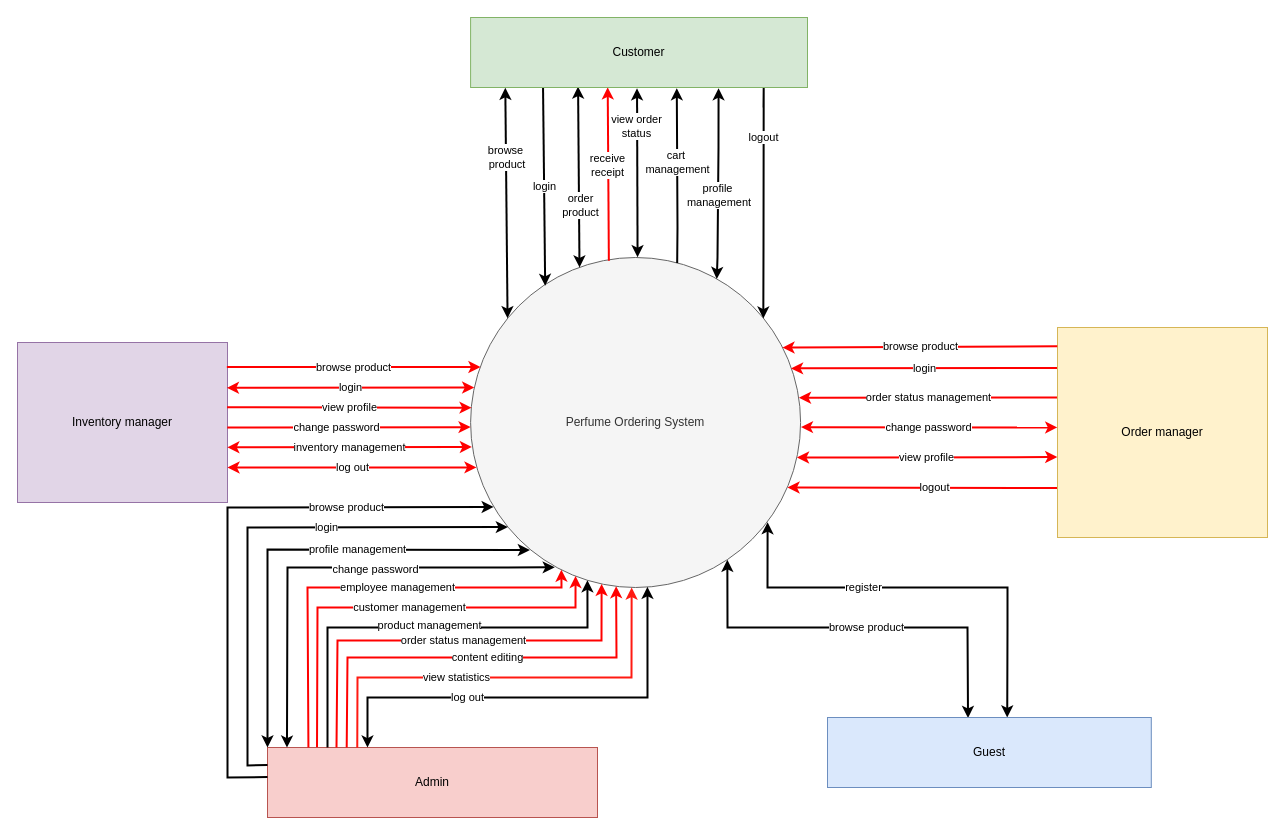
Earlier version of the draw.io diagram document/SRS/Context_Diagram_V3.drawio (QuocZuong/perfume-store). Source tidied: cells renumbered, new cells numbered last; positions are measured from the earlier drawing's top-left corner, leaving out a move shared by most shapes. Both pictures are drawn from the tidied source at 100%, with x=0, y=0 at pixel (17, 17).
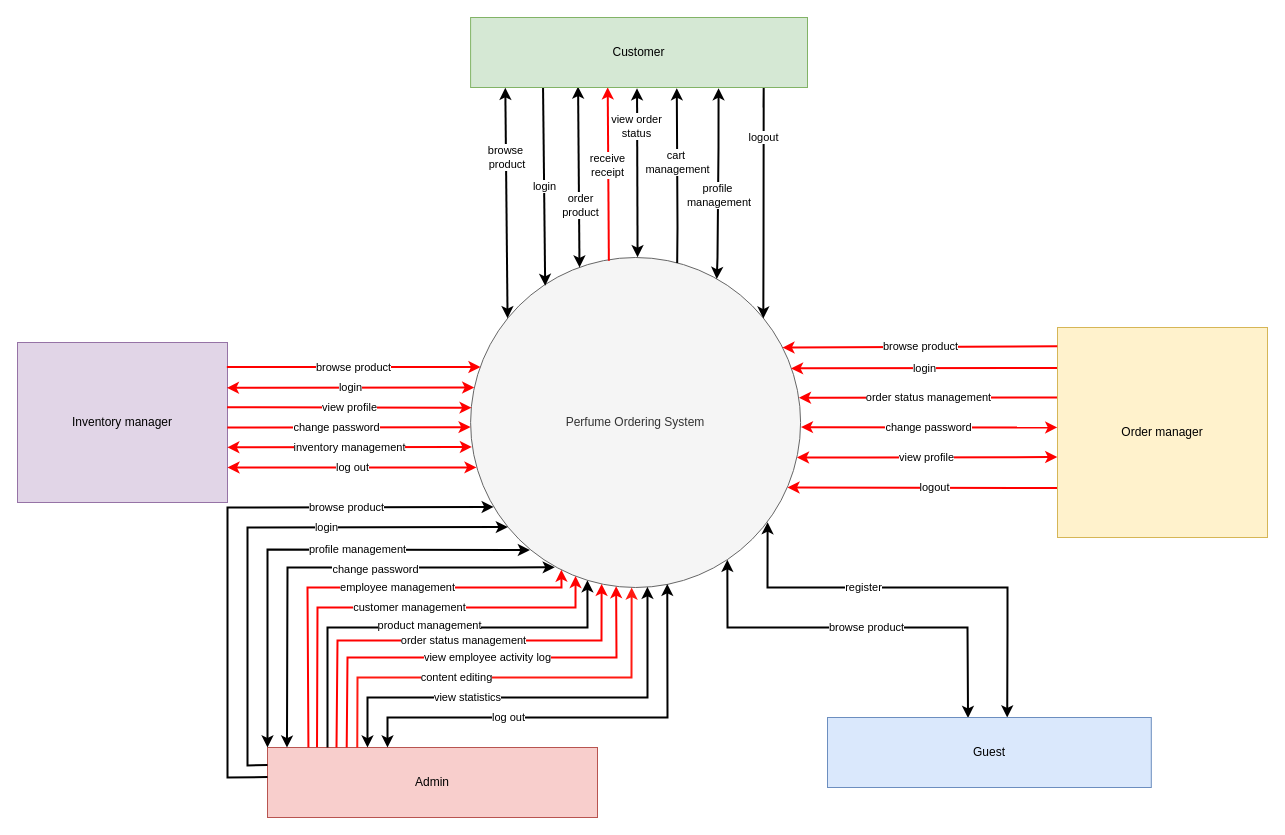
Above is the later version.

The change refers to these unchanged cells:
```xml
<mxCell id="2" value="Perfume Ordering System" style="ellipse;whiteSpace=wrap;html=1;fillColor=#f5f5f5;strokeColor=#666666;fontColor=#333333;" parent="1" vertex="1">
  <mxGeometry x="453.1" y="240" width="330" height="330" as="geometry" />
</mxCell>
<mxCell id="12" value="Admin" style="rounded=0;whiteSpace=wrap;html=1;fillColor=#f8cecc;strokeColor=#b85450;" parent="1" vertex="1">
  <mxGeometry x="250" y="730" width="330" height="70" as="geometry" />
</mxCell>
```

Change to the diagram source:
```diff
@@
-    <mxCell id="16" value="view statistics" style="endArrow=classic;html=1;rounded=0;fillColor=#FF0000;strokeColor=#FF1A12;strokeWidth=2;entryX=0.488;entryY=1;entryDx=0;entryDy=0;entryPerimeter=0;exitX=0.272;exitY=0.003;exitDx=0;exitDy=0;exitPerimeter=0;" parent="1" edge="1" source="12" target="2">
+    <mxCell id="16" value="content editing" style="endArrow=classic;html=1;rounded=0;fillColor=#FF0000;strokeColor=#FF1A12;strokeWidth=2;entryX=0.488;entryY=1;entryDx=0;entryDy=0;entryPerimeter=0;exitX=0.272;exitY=0.003;exitDx=0;exitDy=0;exitPerimeter=0;" parent="1" edge="1" source="12" target="2">
       <mxGeometry x="-0.22" relative="1" as="geometry">
         <Array as="points">
           <mxPoint x="340" y="660" />
           <mxPoint x="614" y="660" />
         </Array>
       </mxGeometry>
     </mxCell>
-    <mxCell id="17" value="log out" style="endArrow=classic;startArrow=classic;html=1;rounded=0;strokeColor=#000000;strokeWidth=2;fillColor=#FFFF00;entryX=0.536;entryY=0.998;entryDx=0;entryDy=0;entryPerimeter=0;exitX=0.303;exitY=0.001;exitDx=0;exitDy=0;exitPerimeter=0;" parent="1" edge="1" source="12" target="2">
+    <mxCell id="17" value="view statistics" style="endArrow=classic;startArrow=classic;html=1;rounded=0;strokeColor=#000000;strokeWidth=2;fillColor=#FFFF00;entryX=0.536;entryY=0.998;entryDx=0;entryDy=0;entryPerimeter=0;exitX=0.303;exitY=0.001;exitDx=0;exitDy=0;exitPerimeter=0;" parent="1" edge="1" source="12" target="2">
       <mxGeometry x="-0.32" relative="1" as="geometry">
         <Array as="points">
           <mxPoint x="350" y="680" />
           <mxPoint x="630" y="680" />
         </Array>
       </mxGeometry>
     </mxCell>
-    <mxCell id="18" value="content editing" style="endArrow=classic;html=1;rounded=0;strokeWidth=2;strokeColor=#FF0000;exitX=0.24;exitY=0.001;exitDx=0;exitDy=0;exitPerimeter=0;entryX=0.441;entryY=0.996;entryDx=0;entryDy=0;entryPerimeter=0;" parent="1" edge="1" source="12" target="2">
+    <mxCell id="18" value="view employee activity log" style="endArrow=classic;html=1;rounded=0;strokeWidth=2;strokeColor=#FF0000;exitX=0.24;exitY=0.001;exitDx=0;exitDy=0;exitPerimeter=0;entryX=0.441;entryY=0.996;entryDx=0;entryDy=0;entryPerimeter=0;" parent="1" edge="1" source="12" target="2">
       <mxGeometry x="0.07" relative="1" as="geometry">
         <Array as="points">
           <mxPoint x="330" y="640" />
           <mxPoint x="599" y="640" />
         </Array>
       </mxGeometry>
     </mxCell>
@@
+    <mxCell id="41" value="log out" style="endArrow=classic;startArrow=classic;html=1;rounded=0;strokeColor=#000000;strokeWidth=2;fillColor=#FFFF00;entryX=0.596;entryY=0.989;entryDx=0;entryDy=0;entryPerimeter=0;" parent="1" edge="1" target="2">
+      <mxGeometry x="-0.32" relative="1" as="geometry">
+        <mxPoint x="370" y="730" as="sourcePoint" />
+        <Array as="points">
+          <mxPoint x="370" y="700" />
+          <mxPoint x="450" y="700" />
+          <mxPoint x="650" y="700" />
+        </Array>
+      </mxGeometry>
+    </mxCell>
```
